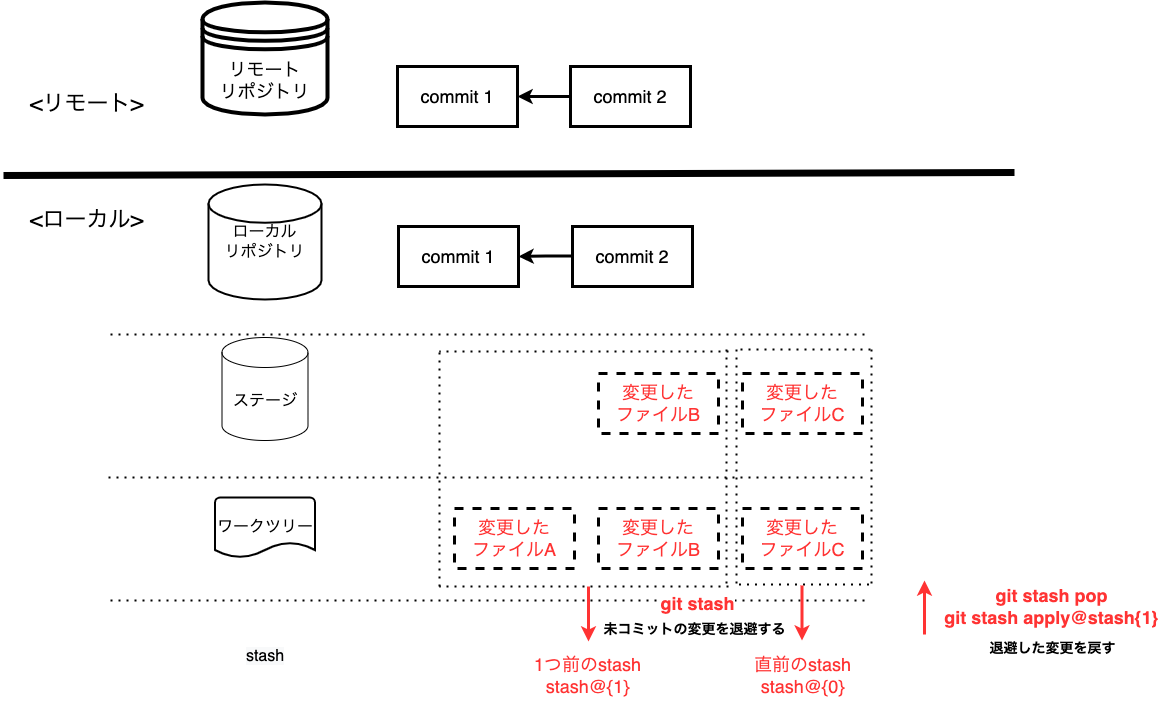
Before: assets/image/Git勉強会_コマンドイメージ図-stash.drawio.png, a diagram exported from draw.io (irongineer/learning-git-for-team). Source tidied: cells renumbered, new cells last; positions are measured from the earlier drawing's top-left corner, leaving out a move shared by most shapes.
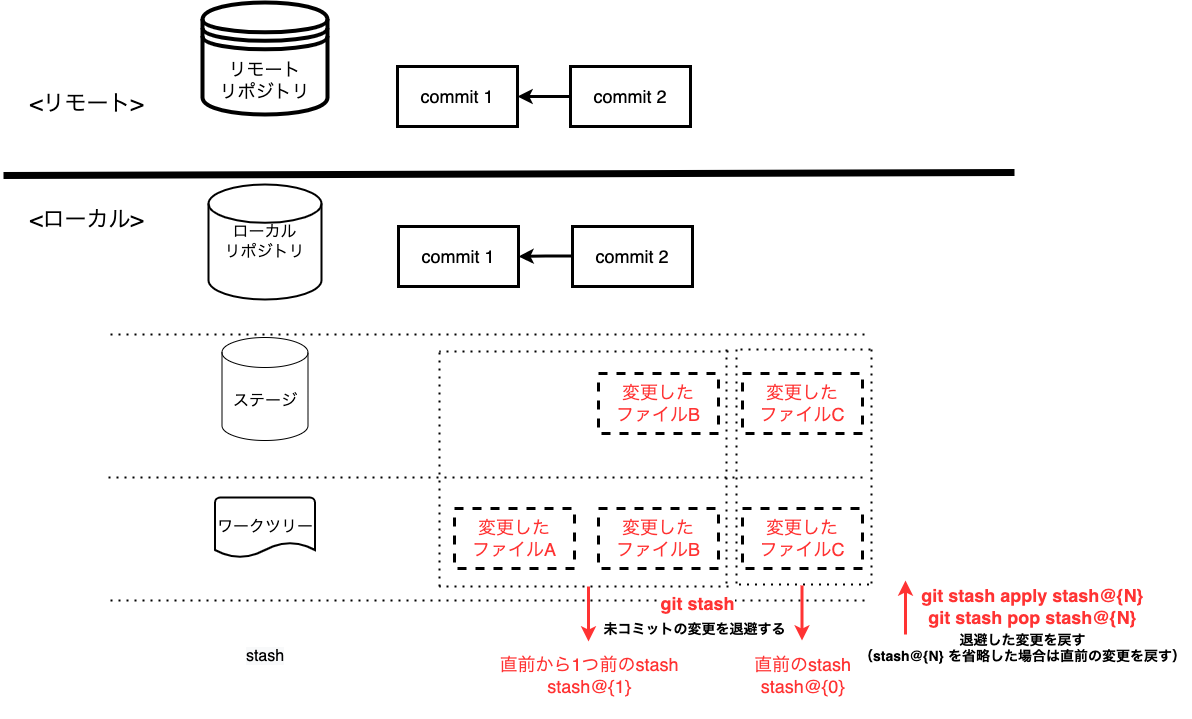
After the change.

The edit, as a diff of the source:
```diff
@@ -147,8 +147,8 @@
         <mxPoint x="798.5" y="638" as="targetPoint" />
       </mxGeometry>
     </mxCell>
-    <mxCell id="35" value="&lt;font face=&quot;helvetica&quot;&gt;&lt;span style=&quot;font-size: 18px&quot;&gt;1つ前のstash&lt;br&gt;stash@{1}&lt;br&gt;&lt;br&gt;&lt;/span&gt;&lt;/font&gt;" style="text;whiteSpace=wrap;html=1;fontSize=15;fontColor=#FF3333;align=center;" parent="1" vertex="1">
-      <mxGeometry x="522" y="645" width="125" height="52" as="geometry" />
+    <mxCell id="35" value="&lt;font face=&quot;helvetica&quot;&gt;&lt;span style=&quot;font-size: 18px&quot;&gt;直前から1つ前のstash&lt;br&gt;stash@{1}&lt;br&gt;&lt;br&gt;&lt;/span&gt;&lt;/font&gt;" style="text;whiteSpace=wrap;html=1;fontSize=15;fontColor=#FF3333;align=center;" parent="1" vertex="1">
+      <mxGeometry x="469" y="645" width="234" height="52" as="geometry" />
     </mxCell>
     <mxCell id="36" value="&lt;font face=&quot;helvetica&quot;&gt;&lt;span style=&quot;font-size: 18px&quot;&gt;直前のstash&lt;br&gt;stash@{0}&lt;br&gt;&lt;br&gt;&lt;/span&gt;&lt;/font&gt;" style="text;whiteSpace=wrap;html=1;fontSize=15;fontColor=#FF3333;align=center;" parent="1" vertex="1">
       <mxGeometry x="736.5" y="645" width="125" height="52" as="geometry" />
@@ -160,15 +160,15 @@
     </mxCell>
     <mxCell id="38" style="endArrow=classic;html=1;rounded=0;fontSize=15;fontColor=#FF3333;strokeColor=#FF3333;strokeWidth=3;" parent="1" edge="1">
       <mxGeometry relative="1" as="geometry">
-        <mxPoint x="921" y="632" as="sourcePoint" />
-        <mxPoint x="921" y="578" as="targetPoint" />
+        <mxPoint x="902" y="632" as="sourcePoint" />
+        <mxPoint x="902" y="578" as="targetPoint" />
       </mxGeometry>
     </mxCell>
-    <mxCell id="39" value="&lt;div&gt;&lt;span style=&quot;font-size: 14px&quot;&gt;&lt;b&gt;退避した変更を戻す&lt;/b&gt;&lt;/span&gt;&lt;/div&gt;&lt;div style=&quot;font-weight: bold&quot;&gt;&lt;br&gt;&lt;/div&gt;" style="text;html=1;align=center;verticalAlign=middle;strokeColor=none;fillColor=none;" parent="1" vertex="1">
-      <mxGeometry x="980.5" y="636" width="136" height="33" as="geometry" />
+    <mxCell id="39" value="&lt;div&gt;&lt;span style=&quot;font-size: 14px&quot;&gt;&lt;b&gt;退避した変更を戻す&lt;/b&gt;&lt;/span&gt;&lt;/div&gt;&lt;div&gt;&lt;span style=&quot;font-size: 14px&quot;&gt;&lt;b&gt;（stash@{N} を省略した場合は直前の変更を戻す）&lt;/b&gt;&lt;/span&gt;&lt;/div&gt;&lt;div style=&quot;font-weight: bold&quot;&gt;&lt;br&gt;&lt;/div&gt;" style="text;html=1;align=center;verticalAlign=middle;strokeColor=none;fillColor=none;" parent="1" vertex="1">
+      <mxGeometry x="850.5" y="629" width="337" height="48" as="geometry" />
     </mxCell>
-    <mxCell id="40" value="&lt;meta charset=&quot;utf-8&quot;&gt;&lt;font color=&quot;#ff3333&quot; style=&quot;font-family: helvetica; font-size: 18px; font-style: normal; font-weight: 400; letter-spacing: normal; text-indent: 0px; text-transform: none; word-spacing: 0px;&quot;&gt;&lt;b&gt;git stash pop&lt;br&gt;&lt;/b&gt;&lt;/font&gt;&lt;b style=&quot;font-family: helvetica; font-size: 18px; font-style: normal; letter-spacing: normal; text-indent: 0px; text-transform: none; word-spacing: 0px; color: rgb(255, 51, 51);&quot;&gt;git stash apply@stash{1}&lt;/b&gt;" style="text;whiteSpace=wrap;html=1;fontSize=15;fontColor=#FF3333;align=center;" parent="1" vertex="1">
-      <mxGeometry x="931" y="576" width="235" height="52" as="geometry" />
+    <mxCell id="40" value="&lt;b style=&quot;font-family: &amp;#34;helvetica&amp;#34; ; font-size: 18px ; font-style: normal ; letter-spacing: normal ; text-indent: 0px ; text-transform: none ; word-spacing: 0px ; color: rgb(255 , 51 , 51)&quot;&gt;git stash apply stash@{N}&lt;br&gt;&lt;/b&gt;&lt;b style=&quot;font-family: &amp;#34;helvetica&amp;#34; ; font-size: 18px&quot;&gt;git stash pop&amp;nbsp;&lt;/b&gt;&lt;b style=&quot;font-family: &amp;#34;helvetica&amp;#34; ; font-size: 18px&quot;&gt;stash@{N}&lt;/b&gt;&lt;b style=&quot;font-family: &amp;#34;helvetica&amp;#34; ; font-size: 18px&quot;&gt;&lt;br&gt;&lt;/b&gt;" style="text;whiteSpace=wrap;html=1;fontSize=15;fontColor=#FF3333;align=center;" parent="1" vertex="1">
+      <mxGeometry x="912" y="576" width="235" height="52" as="geometry" />
     </mxCell>
   </root>
 </mxGraphModel>
```
